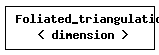
Before: inherit_graph_1.png, a diagram exported from Graphviz (acgetchell/CDT-plusplus). Its source is kept beside it as inherit_graph_1.dot.
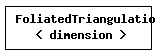
Above is the later version.

The edit, as a diff of the source:
```diff
@@ -3,5 +3,5 @@
   edge [fontname="Helvetica",fontsize="10",labelfontname="Helvetica",labelfontsize="10"];
   node [fontname="Helvetica",fontsize="10",shape=record];
   rankdir="LR";
-  Node0 [label="Foliated_triangulation\l\< dimension \>",height=0.2,width=0.4,color="black", fillcolor="white", style="filled",URL="$class_foliated__triangulation.html",tooltip=" "];
+  Node0 [label="FoliatedTriangulation\l\< dimension \>",height=0.2,width=0.4,color="black", fillcolor="white", style="filled",URL="$class_foliated_triangulation.html",tooltip=" "];
 }
```
